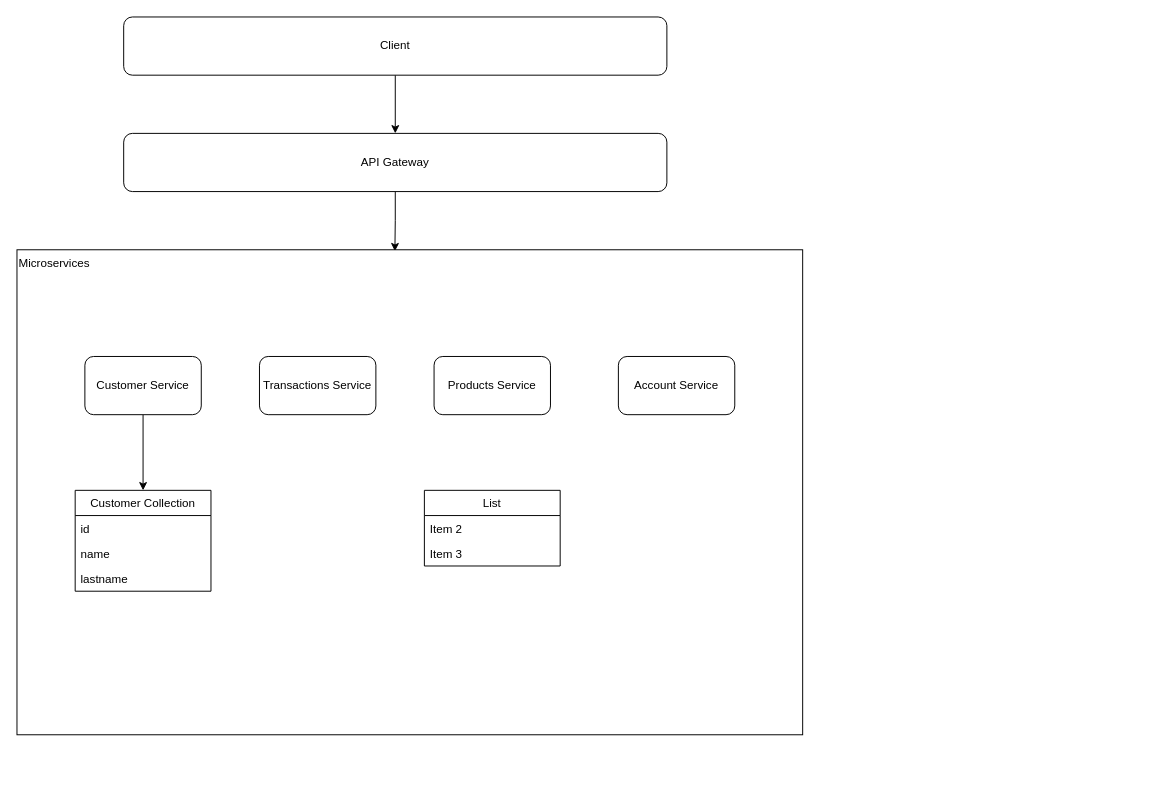
Before: proyecto-1.drawio in marco-cabrejos/everis-entregable-1, a draw.io diagram. Source tidied: cells renumbered, new cells numbered last; positions are measured from the earlier drawing's top-left corner, leaving out a move shared by most shapes. Both pictures are drawn from the tidied source at 97%, with x=0, y=0 at pixel (16, 16).
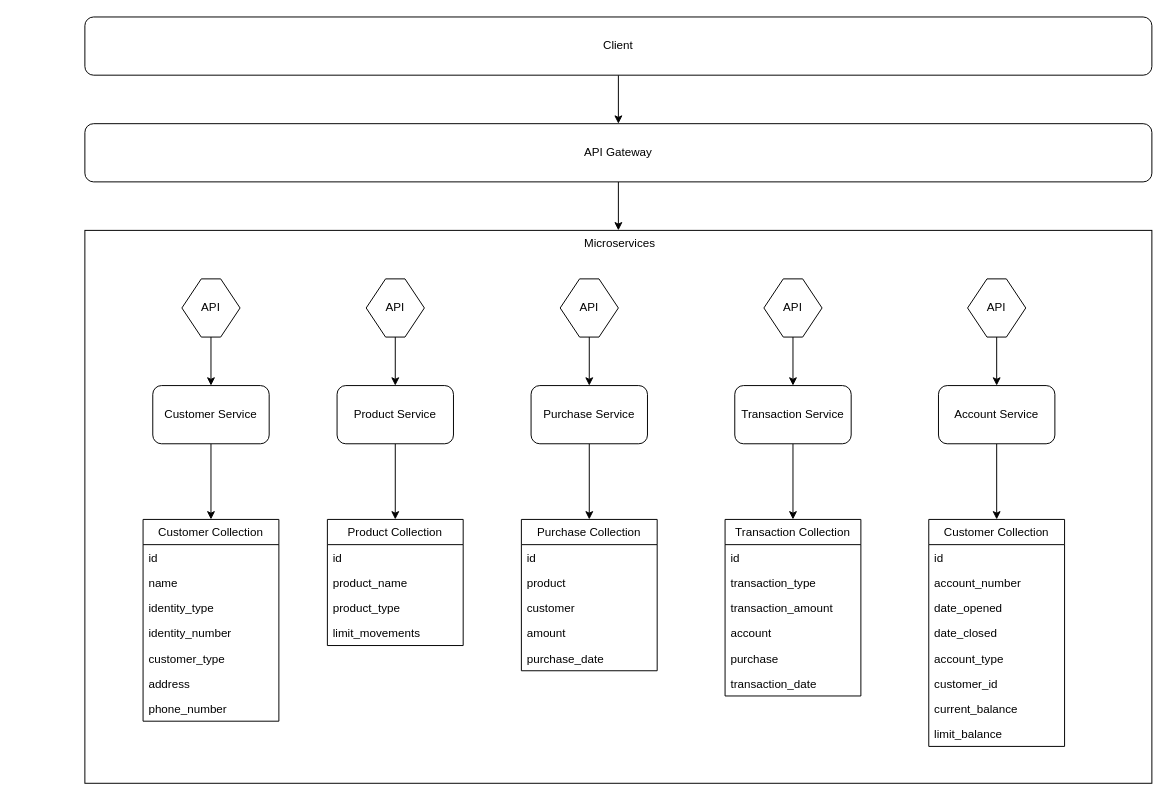
Above is the later version.

Commit message:
actualización de diagrama

The edit, as a diff of the source:
```diff
@@
     <mxCell id="3" value="Client&lt;br&gt;" style="rounded=1;whiteSpace=wrap;html=1;" parent="1" vertex="1">
-      <mxGeometry x="110" width="560" height="60" as="geometry" />
+      <mxGeometry x="70" width="1100" height="60" as="geometry" />
     </mxCell>
-    <mxCell id="4" style="edgeStyle=orthogonalEdgeStyle;rounded=0;jettySize=auto;html=1;entryX=0.481;entryY=0.003;entryDx=0;entryDy=0;entryPerimeter=0;" parent="1" edge="1" source="5" target="6">
+    <mxCell id="4" style="edgeStyle=orthogonalEdgeStyle;rounded=0;jettySize=auto;html=1;entryX=0.5;entryY=0;entryDx=0;entryDy=0;" parent="1" edge="1" source="5" target="6">
       <mxGeometry relative="1" as="geometry" />
     </mxCell>
     <mxCell id="5" value="API Gateway" style="rounded=1;whiteSpace=wrap;html=1;" parent="1" vertex="1">
-      <mxGeometry x="110" y="120" width="560" height="60" as="geometry" />
+      <mxGeometry x="70" y="110" width="1100" height="60" as="geometry" />
     </mxCell>
-    <mxCell id="6" value="Microservices" style="rounded=0;whiteSpace=wrap;html=1;align=left;verticalAlign=top;" parent="1" vertex="1">
-      <mxGeometry y="240" width="810" height="500" as="geometry" />
+    <mxCell id="6" value="&amp;nbsp;Microservices" style="rounded=0;whiteSpace=wrap;html=1;align=center;verticalAlign=top;" parent="1" vertex="1">
+      <mxGeometry x="70" y="220" width="1100" height="570" as="geometry" />
     </mxCell>
@@
     <mxCell id="8" value="Customer Service" style="rounded=1;whiteSpace=wrap;html=1;align=center;verticalAlign=middle;" parent="1" vertex="1">
-      <mxGeometry x="70" y="350" width="120" height="60" as="geometry" />
+      <mxGeometry x="140" y="380" width="120" height="60" as="geometry" />
     </mxCell>
+    <mxCell id="19" style="edgeStyle=orthogonalEdgeStyle;rounded=0;jettySize=auto;html=1;entryX=0.5;entryY=0;entryDx=0;entryDy=0;" parent="1" edge="1" source="9" target="28">
+      <mxGeometry relative="1" as="geometry" />
+    </mxCell>
-    <mxCell id="9" value="Transactions Service" style="rounded=1;whiteSpace=wrap;html=1;align=center;verticalAlign=middle;" parent="1" vertex="1">
-      <mxGeometry x="250" y="350" width="120" height="60" as="geometry" />
+    <mxCell id="9" value="Transaction Service" style="rounded=1;whiteSpace=wrap;html=1;align=center;verticalAlign=middle;" parent="1" vertex="1">
+      <mxGeometry x="740" y="380" width="120" height="60" as="geometry" />
     </mxCell>
+    <mxCell id="20" style="edgeStyle=orthogonalEdgeStyle;rounded=0;jettySize=auto;html=1;" parent="1" edge="1" source="10" target="16">
+      <mxGeometry relative="1" as="geometry" />
+    </mxCell>
-    <mxCell id="10" value="Products Service" style="rounded=1;whiteSpace=wrap;html=1;align=center;verticalAlign=middle;" parent="1" vertex="1">
-      <mxGeometry x="430" y="350" width="120" height="60" as="geometry" />
+    <mxCell id="10" value="Product Service" style="rounded=1;whiteSpace=wrap;html=1;align=center;verticalAlign=middle;" parent="1" vertex="1">
+      <mxGeometry x="330" y="380" width="120" height="60" as="geometry" />
     </mxCell>
+    <mxCell id="21" style="edgeStyle=orthogonalEdgeStyle;rounded=0;jettySize=auto;html=1;exitX=0.5;exitY=1;exitDx=0;exitDy=0;entryX=0.5;entryY=0;entryDx=0;entryDy=0;" parent="1" edge="1" source="11" target="35">
+      <mxGeometry relative="1" as="geometry" />
+    </mxCell>
     <mxCell id="11" value="Account Service" style="rounded=1;whiteSpace=wrap;html=1;align=center;verticalAlign=middle;" parent="1" vertex="1">
-      <mxGeometry x="620" y="350" width="120" height="60" as="geometry" />
+      <mxGeometry x="950" y="380" width="120" height="60" as="geometry" />
     </mxCell>
     <mxCell id="12" value="Customer Collection" style="swimlane;fontStyle=0;horizontal=1;startSize=26;align=center;verticalAlign=middle;" parent="1" vertex="1">
-      <mxGeometry x="60" y="488" width="140" height="104" as="geometry" />
+      <mxGeometry x="130" y="518" width="140" height="208" as="geometry" />
     </mxCell>
@@
-    <mxCell id="15" value="lastname" style="text;strokeColor=none;fillColor=none;align=left;verticalAlign=top;spacingLeft=4;spacingRight=4;overflow=hidden;" parent="12" vertex="1">
+    <mxCell id="15" value="identity_type" style="text;strokeColor=none;fillColor=none;align=left;verticalAlign=top;spacingLeft=4;spacingRight=4;overflow=hidden;" parent="12" vertex="1">
       <mxGeometry y="78" width="140" height="26" as="geometry" />
     </mxCell>
+    <mxCell id="22" value="identity_number" style="text;strokeColor=none;fillColor=none;align=left;verticalAlign=top;spacingLeft=4;spacingRight=4;overflow=hidden;" parent="12" vertex="1">
+      <mxGeometry y="104" width="140" height="26" as="geometry" />
+    </mxCell>
+    <mxCell id="23" value="customer_type&#10;" style="text;strokeColor=none;fillColor=none;align=left;verticalAlign=top;spacingLeft=4;spacingRight=4;overflow=hidden;" parent="12" vertex="1">
+      <mxGeometry y="130" width="140" height="26" as="geometry" />
+    </mxCell>
+    <mxCell id="24" value="address&#10;" style="text;strokeColor=none;fillColor=none;align=left;verticalAlign=top;spacingLeft=4;spacingRight=4;overflow=hidden;" parent="12" vertex="1">
+      <mxGeometry y="156" width="140" height="26" as="geometry" />
+    </mxCell>
+    <mxCell id="25" value="phone_number" style="text;strokeColor=none;fillColor=none;align=left;verticalAlign=top;spacingLeft=4;spacingRight=4;overflow=hidden;" parent="12" vertex="1">
+      <mxGeometry y="182" width="140" height="26" as="geometry" />
+    </mxCell>
-    <mxCell id="16" value="List" style="swimlane;fontStyle=0;horizontal=1;startSize=26;align=center;verticalAlign=middle;" parent="1" vertex="1">
-      <mxGeometry x="420" y="488" width="140" height="78" as="geometry" />
+    <mxCell id="16" value="Product Collection" style="swimlane;fontStyle=0;horizontal=1;startSize=26;align=center;verticalAlign=middle;" parent="1" vertex="1">
+      <mxGeometry x="320" y="518" width="140" height="130" as="geometry" />
     </mxCell>
-    <mxCell id="17" value="Item 2" style="text;strokeColor=none;fillColor=none;align=left;verticalAlign=top;spacingLeft=4;spacingRight=4;overflow=hidden;" parent="16" vertex="1">
+    <mxCell id="17" value="id" style="text;strokeColor=none;fillColor=none;align=left;verticalAlign=top;spacingLeft=4;spacingRight=4;overflow=hidden;" parent="16" vertex="1">
       <mxGeometry y="26" width="140" height="26" as="geometry" />
     </mxCell>
-    <mxCell id="18" value="Item 3" style="text;strokeColor=none;fillColor=none;align=left;verticalAlign=top;spacingLeft=4;spacingRight=4;overflow=hidden;" parent="16" vertex="1">
+    <mxCell id="18" value="product_name" style="text;strokeColor=none;fillColor=none;align=left;verticalAlign=top;spacingLeft=4;spacingRight=4;overflow=hidden;" parent="16" vertex="1">
       <mxGeometry y="52" width="140" height="26" as="geometry" />
     </mxCell>
+    <mxCell id="26" value="product_type" style="text;strokeColor=none;fillColor=none;align=left;verticalAlign=top;spacingLeft=4;spacingRight=4;overflow=hidden;" parent="16" vertex="1">
+      <mxGeometry y="78" width="140" height="26" as="geometry" />
+    </mxCell>
+    <mxCell id="27" value="limit_movements" style="text;strokeColor=none;fillColor=none;align=left;verticalAlign=top;spacingLeft=4;spacingRight=4;overflow=hidden;" parent="16" vertex="1">
+      <mxGeometry y="104" width="140" height="26" as="geometry" />
+    </mxCell>
+    <mxCell id="28" value="Transaction Collection" style="swimlane;fontStyle=0;horizontal=1;startSize=26;align=center;verticalAlign=middle;" parent="1" vertex="1">
+      <mxGeometry x="730" y="518" width="140" height="182" as="geometry" />
+    </mxCell>
+    <mxCell id="29" value="id" style="text;strokeColor=none;fillColor=none;align=left;verticalAlign=top;spacingLeft=4;spacingRight=4;overflow=hidden;" parent="28" vertex="1">
+      <mxGeometry y="26" width="140" height="26" as="geometry" />
+    </mxCell>
+    <mxCell id="30" value="transaction_type" style="text;strokeColor=none;fillColor=none;align=left;verticalAlign=top;spacingLeft=4;spacingRight=4;overflow=hidden;" parent="28" vertex="1">
+      <mxGeometry y="52" width="140" height="26" as="geometry" />
+    </mxCell>
+    <mxCell id="31" value="transaction_amount" style="text;strokeColor=none;fillColor=none;align=left;verticalAlign=top;spacingLeft=4;spacingRight=4;overflow=hidden;" parent="28" vertex="1">
+      <mxGeometry y="78" width="140" height="26" as="geometry" />
+    </mxCell>
+    <mxCell id="32" value="account&#10;" style="text;strokeColor=none;fillColor=none;align=left;verticalAlign=top;spacingLeft=4;spacingRight=4;overflow=hidden;" parent="28" vertex="1">
+      <mxGeometry y="104" width="140" height="26" as="geometry" />
+    </mxCell>
+    <mxCell id="33" value="purchase" style="text;strokeColor=none;fillColor=none;align=left;verticalAlign=top;spacingLeft=4;spacingRight=4;overflow=hidden;" parent="28" vertex="1">
+      <mxGeometry y="130" width="140" height="26" as="geometry" />
+    </mxCell>
+    <mxCell id="34" value="transaction_date" style="text;strokeColor=none;fillColor=none;align=left;verticalAlign=top;spacingLeft=4;spacingRight=4;overflow=hidden;" parent="28" vertex="1">
+      <mxGeometry y="156" width="140" height="26" as="geometry" />
+    </mxCell>
+    <mxCell id="35" value="Customer Collection" style="swimlane;fontStyle=0;horizontal=1;startSize=26;align=center;verticalAlign=middle;" parent="1" vertex="1">
+      <mxGeometry x="940" y="518" width="140" height="234" as="geometry" />
+    </mxCell>
+    <mxCell id="36" value="id" style="text;strokeColor=none;fillColor=none;align=left;verticalAlign=top;spacingLeft=4;spacingRight=4;overflow=hidden;" parent="35" vertex="1">
+      <mxGeometry y="26" width="140" height="26" as="geometry" />
+    </mxCell>
+    <mxCell id="37" value="account_number" style="text;strokeColor=none;fillColor=none;align=left;verticalAlign=top;spacingLeft=4;spacingRight=4;overflow=hidden;" parent="35" vertex="1">
+      <mxGeometry y="52" width="140" height="26" as="geometry" />
+    </mxCell>
+    <mxCell id="38" value="date_opened" style="text;strokeColor=none;fillColor=none;align=left;verticalAlign=top;spacingLeft=4;spacingRight=4;overflow=hidden;" parent="35" vertex="1">
+      <mxGeometry y="78" width="140" height="26" as="geometry" />
+    </mxCell>
+    <mxCell id="39" value="date_closed" style="text;strokeColor=none;fillColor=none;align=left;verticalAlign=top;spacingLeft=4;spacingRight=4;overflow=hidden;" parent="35" vertex="1">
+      <mxGeometry y="104" width="140" height="26" as="geometry" />
+    </mxCell>
+    <mxCell id="40" value="account_type" style="text;strokeColor=none;fillColor=none;align=left;verticalAlign=top;spacingLeft=4;spacingRight=4;overflow=hidden;" parent="35" vertex="1">
+      <mxGeometry y="130" width="140" height="26" as="geometry" />
+    </mxCell>
+    <mxCell id="41" value="customer_id" style="text;strokeColor=none;fillColor=none;align=left;verticalAlign=top;spacingLeft=4;spacingRight=4;overflow=hidden;" parent="35" vertex="1">
+      <mxGeometry y="156" width="140" height="26" as="geometry" />
+    </mxCell>
+    <mxCell id="42" value="current_balance" style="text;strokeColor=none;fillColor=none;align=left;verticalAlign=top;spacingLeft=4;spacingRight=4;overflow=hidden;" parent="35" vertex="1">
+      <mxGeometry y="182" width="140" height="26" as="geometry" />
+    </mxCell>
+    <mxCell id="43" value="limit_balance" style="text;strokeColor=none;fillColor=none;align=left;verticalAlign=top;spacingLeft=4;spacingRight=4;overflow=hidden;" parent="35" vertex="1">
+      <mxGeometry y="208" width="140" height="26" as="geometry" />
+    </mxCell>
+    <mxCell id="44" style="edgeStyle=orthogonalEdgeStyle;rounded=0;jettySize=auto;html=1;entryX=0.5;entryY=0;entryDx=0;entryDy=0;" parent="1" edge="1" source="45" target="46">
+      <mxGeometry relative="1" as="geometry" />
+    </mxCell>
+    <mxCell id="45" value="Purchase Service" style="rounded=1;whiteSpace=wrap;html=1;align=center;verticalAlign=middle;" parent="1" vertex="1">
+      <mxGeometry x="530" y="380" width="120" height="60" as="geometry" />
+    </mxCell>
+    <mxCell id="46" value="Purchase Collection" style="swimlane;fontStyle=0;horizontal=1;startSize=26;align=center;verticalAlign=middle;" parent="1" vertex="1">
+      <mxGeometry x="520" y="518" width="140" height="156" as="geometry" />
+    </mxCell>
+    <mxCell id="47" value="id" style="text;strokeColor=none;fillColor=none;align=left;verticalAlign=top;spacingLeft=4;spacingRight=4;overflow=hidden;" parent="46" vertex="1">
+      <mxGeometry y="26" width="140" height="26" as="geometry" />
+    </mxCell>
+    <mxCell id="48" value="product" style="text;strokeColor=none;fillColor=none;align=left;verticalAlign=top;spacingLeft=4;spacingRight=4;overflow=hidden;" parent="46" vertex="1">
+      <mxGeometry y="52" width="140" height="26" as="geometry" />
+    </mxCell>
+    <mxCell id="49" value="customer" style="text;strokeColor=none;fillColor=none;align=left;verticalAlign=top;spacingLeft=4;spacingRight=4;overflow=hidden;" parent="46" vertex="1">
+      <mxGeometry y="78" width="140" height="26" as="geometry" />
+    </mxCell>
+    <mxCell id="50" value="amount" style="text;strokeColor=none;fillColor=none;align=left;verticalAlign=top;spacingLeft=4;spacingRight=4;overflow=hidden;" parent="46" vertex="1">
+      <mxGeometry y="104" width="140" height="26" as="geometry" />
+    </mxCell>
+    <mxCell id="51" value="purchase_date" style="text;strokeColor=none;fillColor=none;align=left;verticalAlign=top;spacingLeft=4;spacingRight=4;overflow=hidden;" parent="46" vertex="1">
+      <mxGeometry y="130" width="140" height="26" as="geometry" />
+    </mxCell>
+    <mxCell id="52" style="edgeStyle=orthogonalEdgeStyle;rounded=0;jettySize=auto;html=1;entryX=0.5;entryY=0;entryDx=0;entryDy=0;" parent="1" edge="1" source="53" target="8">
+      <mxGeometry relative="1" as="geometry" />
+    </mxCell>
+    <mxCell id="53" value="API" style="shape=hexagon;perimeter=hexagonPerimeter2;whiteSpace=wrap;html=1;fixedSize=1;align=center;verticalAlign=middle;" parent="1" vertex="1">
+      <mxGeometry x="170" y="270" width="60" height="60" as="geometry" />
+    </mxCell>
+    <mxCell id="54" style="edgeStyle=orthogonalEdgeStyle;rounded=0;jettySize=auto;html=1;" parent="1" edge="1" source="55" target="10">
+      <mxGeometry relative="1" as="geometry" />
+    </mxCell>
+    <mxCell id="55" value="API" style="shape=hexagon;perimeter=hexagonPerimeter2;whiteSpace=wrap;html=1;fixedSize=1;align=center;verticalAlign=middle;" parent="1" vertex="1">
+      <mxGeometry x="360" y="270" width="60" height="60" as="geometry" />
+    </mxCell>
+    <mxCell id="56" style="edgeStyle=orthogonalEdgeStyle;rounded=0;jettySize=auto;html=1;" parent="1" edge="1" source="57" target="45">
+      <mxGeometry relative="1" as="geometry" />
+    </mxCell>
+    <mxCell id="57" value="API" style="shape=hexagon;perimeter=hexagonPerimeter2;whiteSpace=wrap;html=1;fixedSize=1;align=center;verticalAlign=middle;" parent="1" vertex="1">
+      <mxGeometry x="560" y="270" width="60" height="60" as="geometry" />
+    </mxCell>
+    <mxCell id="58" style="edgeStyle=orthogonalEdgeStyle;rounded=0;jettySize=auto;html=1;" parent="1" edge="1" source="59" target="9">
+      <mxGeometry relative="1" as="geometry" />
+    </mxCell>
+    <mxCell id="59" value="API" style="shape=hexagon;perimeter=hexagonPerimeter2;whiteSpace=wrap;html=1;fixedSize=1;align=center;verticalAlign=middle;" parent="1" vertex="1">
+      <mxGeometry x="770" y="270" width="60" height="60" as="geometry" />
+    </mxCell>
+    <mxCell id="60" style="edgeStyle=orthogonalEdgeStyle;rounded=0;jettySize=auto;html=1;" parent="1" edge="1" source="61" target="11">
+      <mxGeometry relative="1" as="geometry" />
+    </mxCell>
+    <mxCell id="61" value="API" style="shape=hexagon;perimeter=hexagonPerimeter2;whiteSpace=wrap;html=1;fixedSize=1;align=center;verticalAlign=middle;" parent="1" vertex="1">
+      <mxGeometry x="980" y="270" width="60" height="60" as="geometry" />
+    </mxCell>
```
